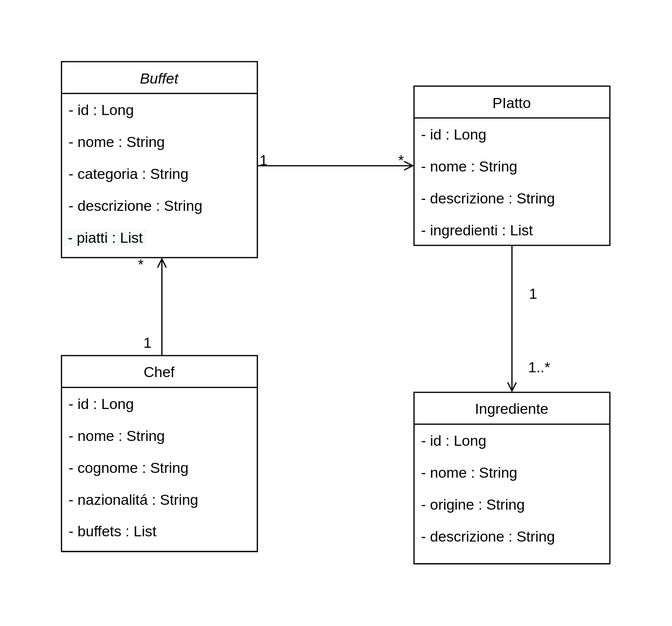
Earlier version of the draw.io export classDiagram-catering.svg (Skesky/SIW-Catering_2022). Source tidied: cells renumbered, new cells last; positions are measured from the earlier drawing's top-left corner, leaving out a move shared by most shapes. Its diagram source:
```xml
<mxGraphModel>
  <root>
    <mxCell id="0" />
    <mxCell id="1" parent="0" />
    <mxCell id="2" value="Buffet" style="swimlane;fontStyle=2;align=center;verticalAlign=top;horizontal=1;startSize=26;rounded=0;shadow=0;strokeWidth=1;" parent="1" vertex="1">
      <mxGeometry width="160" height="160" as="geometry" />
    </mxCell>
    <mxCell id="3" value="- id : Long   " style="text;align=left;verticalAlign=top;spacingLeft=4;spacingRight=4;overflow=hidden;" parent="2" vertex="1">
      <mxGeometry y="26" width="160" height="26" as="geometry" />
    </mxCell>
    <mxCell id="4" value="- nome : String" style="text;align=left;verticalAlign=top;spacingLeft=4;spacingRight=4;overflow=hidden;rounded=0;shadow=0;html=0;" parent="2" vertex="1">
      <mxGeometry y="52" width="160" height="26" as="geometry" />
    </mxCell>
    <mxCell id="5" value="- categoria : String" style="text;align=left;verticalAlign=top;spacingLeft=4;spacingRight=4;overflow=hidden;rounded=0;shadow=0;html=0;" parent="2" vertex="1">
      <mxGeometry y="78" width="160" height="26" as="geometry" />
    </mxCell>
    <mxCell id="6" value="- descrizione : String" style="text;align=left;verticalAlign=top;spacingLeft=4;spacingRight=4;overflow=hidden;points=[[0,0.5],[1,0.5]];portConstraint=eastwest;" parent="2" vertex="1">
      <mxGeometry y="104" width="160" height="26" as="geometry" />
    </mxCell>
    <mxCell id="7" value="&lt;span style=&quot;color: rgb(0, 0, 0); font-family: Helvetica; font-size: 12px; font-style: normal; font-variant-ligatures: normal; font-variant-caps: normal; font-weight: 400; letter-spacing: normal; orphans: 2; text-align: left; text-indent: 0px; text-transform: none; widows: 2; word-spacing: 0px; -webkit-text-stroke-width: 0px; background-color: rgb(248, 249, 250); text-decoration-thickness: initial; text-decoration-style: initial; text-decoration-color: initial; float: none; display: inline !important;&quot;&gt;&amp;nbsp;- piatti : List&amp;nbsp;&lt;/span&gt;" style="text;whiteSpace=wrap;html=1;" parent="2" vertex="1">
      <mxGeometry y="130" width="160" height="30" as="geometry" />
    </mxCell>
    <mxCell id="8" value="Chef" style="swimlane;fontStyle=0;align=center;verticalAlign=top;horizontal=1;startSize=26;rounded=0;shadow=0;strokeWidth=1;" parent="1" vertex="1">
      <mxGeometry y="240" width="160" height="160" as="geometry" />
    </mxCell>
    <mxCell id="9" value="- id : Long   " style="text;align=left;verticalAlign=top;spacingLeft=4;spacingRight=4;overflow=hidden;" parent="8" vertex="1">
      <mxGeometry y="26" width="160" height="26" as="geometry" />
    </mxCell>
    <mxCell id="10" value="- nome : String" style="text;align=left;verticalAlign=top;spacingLeft=4;spacingRight=4;overflow=hidden;rounded=0;shadow=0;html=0;" parent="8" vertex="1">
      <mxGeometry y="52" width="160" height="26" as="geometry" />
    </mxCell>
    <mxCell id="11" value="- cognome : String" style="text;align=left;verticalAlign=top;spacingLeft=4;spacingRight=4;overflow=hidden;fontStyle=0;" parent="8" vertex="1">
      <mxGeometry y="78" width="160" height="26" as="geometry" />
    </mxCell>
    <mxCell id="12" value="- nazionalitá : String" style="text;align=left;verticalAlign=top;spacingLeft=4;spacingRight=4;overflow=hidden;" parent="8" vertex="1">
      <mxGeometry y="104" width="160" height="26" as="geometry" />
    </mxCell>
    <mxCell id="13" value="- buffets : List" style="text;align=left;verticalAlign=top;spacingLeft=4;spacingRight=4;overflow=hidden;" parent="8" vertex="1">
      <mxGeometry y="130" width="160" height="26" as="geometry" />
    </mxCell>
    <mxCell id="14" value="Ingrediente" style="swimlane;fontStyle=0;align=center;verticalAlign=top;horizontal=1;startSize=26;rounded=0;shadow=0;strokeWidth=1;" parent="1" vertex="1">
      <mxGeometry x="288" y="270" width="160" height="140" as="geometry" />
    </mxCell>
    <mxCell id="15" value="- id : Long   " style="text;align=left;verticalAlign=top;spacingLeft=4;spacingRight=4;overflow=hidden;" parent="14" vertex="1">
      <mxGeometry y="26" width="160" height="26" as="geometry" />
    </mxCell>
    <mxCell id="16" value="- nome : String   " style="text;align=left;verticalAlign=top;spacingLeft=4;spacingRight=4;overflow=hidden;" parent="14" vertex="1">
      <mxGeometry y="52" width="160" height="26" as="geometry" />
    </mxCell>
    <mxCell id="17" value="- origine : String   " style="text;align=left;verticalAlign=top;spacingLeft=4;spacingRight=4;overflow=hidden;" parent="14" vertex="1">
      <mxGeometry y="78" width="160" height="26" as="geometry" />
    </mxCell>
    <mxCell id="18" value="- descrizione : String  " style="text;align=left;verticalAlign=top;spacingLeft=4;spacingRight=4;overflow=hidden;" parent="14" vertex="1">
      <mxGeometry y="104" width="160" height="26" as="geometry" />
    </mxCell>
    <mxCell id="19" style="edgeStyle=orthogonalEdgeStyle;rounded=0;jettySize=auto;html=1;entryX=0.5;entryY=0;entryDx=0;entryDy=0;endArrow=open;endFill=0;" parent="1" edge="1" source="20" target="14">
      <mxGeometry relative="1" as="geometry" />
    </mxCell>
    <mxCell id="20" value="PIatto" style="swimlane;fontStyle=0;align=center;verticalAlign=top;horizontal=1;startSize=26;rounded=0;shadow=0;strokeWidth=1;" parent="1" vertex="1">
      <mxGeometry x="288" y="20" width="160" height="130" as="geometry" />
    </mxCell>
    <mxCell id="21" value="- id : Long   " style="text;align=left;verticalAlign=top;spacingLeft=4;spacingRight=4;overflow=hidden;" parent="20" vertex="1">
      <mxGeometry y="26" width="160" height="26" as="geometry" />
    </mxCell>
    <mxCell id="22" value="- nome : String" style="text;align=left;verticalAlign=top;spacingLeft=4;spacingRight=4;overflow=hidden;rounded=0;shadow=0;html=0;" parent="20" vertex="1">
      <mxGeometry y="52" width="160" height="26" as="geometry" />
    </mxCell>
    <mxCell id="23" value="- descrizione : String" style="text;align=left;verticalAlign=top;spacingLeft=4;spacingRight=4;overflow=hidden;rounded=0;shadow=0;html=0;" parent="20" vertex="1">
      <mxGeometry y="78" width="160" height="26" as="geometry" />
    </mxCell>
    <mxCell id="24" value="- ingredienti : List" style="text;align=left;verticalAlign=top;spacingLeft=4;spacingRight=4;overflow=hidden;rounded=0;shadow=0;html=0;" parent="20" vertex="1">
      <mxGeometry y="104" width="160" height="26" as="geometry" />
    </mxCell>
    <mxCell id="25" style="endArrow=open;shadow=0;strokeWidth=1;rounded=0;endFill=1;edgeStyle=elbowEdgeStyle;elbow=vertical;" parent="1" edge="1" source="2" target="20">
      <mxGeometry x="0.5" y="41" relative="1" as="geometry">
        <mxPoint x="-40" y="32" as="offset" />
      </mxGeometry>
    </mxCell>
    <mxCell id="26" value="1" style="align=left;verticalAlign=bottom;labelBackgroundColor=none;fontSize=12;" parent="25" vertex="1">
      <mxGeometry x="-1" relative="1" as="geometry">
        <mxPoint y="4" as="offset" />
      </mxGeometry>
    </mxCell>
    <mxCell id="27" value="*" style="align=right;verticalAlign=bottom;labelBackgroundColor=none;fontSize=12;" parent="25" vertex="1">
      <mxGeometry x="1" relative="1" as="geometry">
        <mxPoint x="-7" y="4" as="offset" />
      </mxGeometry>
    </mxCell>
    <mxCell id="28" style="endArrow=open;html=1;rounded=0;endFill=0;" parent="1" edge="1">
      <mxGeometry relative="1" as="geometry">
        <mxPoint x="82" y="240" as="sourcePoint" />
        <mxPoint x="82" y="160" as="targetPoint" />
      </mxGeometry>
    </mxCell>
    <mxCell id="29" value="*" style="text;html=1;strokeColor=none;fillColor=none;align=center;verticalAlign=middle;whiteSpace=wrap;rounded=0;" parent="1" vertex="1">
      <mxGeometry x="50" y="161" width="30" height="9" as="geometry" />
    </mxCell>
    <mxCell id="30" value="1" style="text;html=1;align=center;verticalAlign=middle;strokeColor=none;fillColor=none;" parent="1" vertex="1">
      <mxGeometry x="60" y="220" width="20" height="20" as="geometry" />
    </mxCell>
    <mxCell id="31" value="1" style="text;html=1;align=center;verticalAlign=middle;strokeColor=none;fillColor=none;" parent="1" vertex="1">
      <mxGeometry x="375" y="180" width="20" height="20" as="geometry" />
    </mxCell>
    <mxCell id="32" value="1..*" style="text;html=1;align=center;verticalAlign=middle;strokeColor=none;fillColor=none;" parent="1" vertex="1">
      <mxGeometry x="375" y="240" width="30" height="20" as="geometry" />
    </mxCell>
  </root>
</mxGraphModel>
```
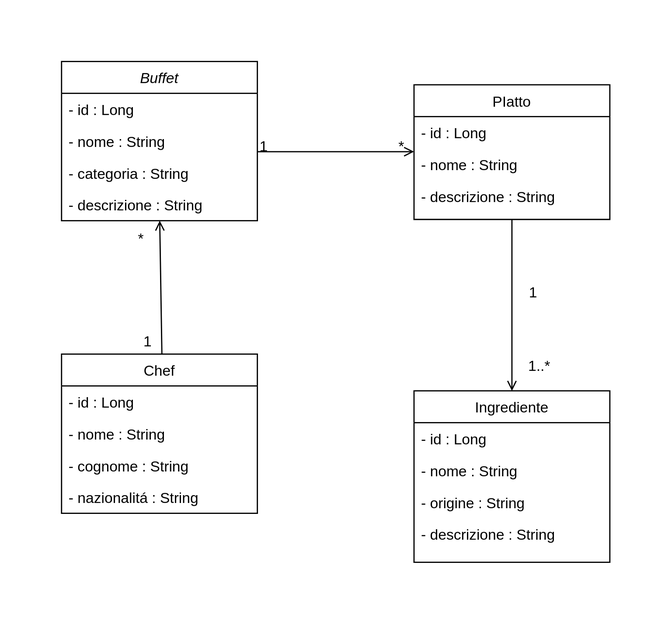
Later version of the same file.

Diff of the diagram source:
```diff
@@ -3,7 +3,7 @@
     <mxCell id="0" />
     <mxCell id="1" parent="0" />
     <mxCell id="2" value="Buffet" style="swimlane;fontStyle=2;align=center;verticalAlign=top;horizontal=1;startSize=26;rounded=0;shadow=0;strokeWidth=1;" parent="1" vertex="1">
-      <mxGeometry width="160" height="160" as="geometry" />
+      <mxGeometry y="1" width="160" height="130" as="geometry" />
     </mxCell>
     <mxCell id="3" value="- id : Long   " style="text;align=left;verticalAlign=top;spacingLeft=4;spacingRight=4;overflow=hidden;" parent="2" vertex="1">
       <mxGeometry y="26" width="160" height="26" as="geometry" />
@@ -17,11 +17,8 @@
     <mxCell id="6" value="- descrizione : String" style="text;align=left;verticalAlign=top;spacingLeft=4;spacingRight=4;overflow=hidden;points=[[0,0.5],[1,0.5]];portConstraint=eastwest;" parent="2" vertex="1">
       <mxGeometry y="104" width="160" height="26" as="geometry" />
     </mxCell>
-    <mxCell id="7" value="&lt;span style=&quot;color: rgb(0, 0, 0); font-family: Helvetica; font-size: 12px; font-style: normal; font-variant-ligatures: normal; font-variant-caps: normal; font-weight: 400; letter-spacing: normal; orphans: 2; text-align: left; text-indent: 0px; text-transform: none; widows: 2; word-spacing: 0px; -webkit-text-stroke-width: 0px; background-color: rgb(248, 249, 250); text-decoration-thickness: initial; text-decoration-style: initial; text-decoration-color: initial; float: none; display: inline !important;&quot;&gt;&amp;nbsp;- piatti : List&amp;nbsp;&lt;/span&gt;" style="text;whiteSpace=wrap;html=1;" parent="2" vertex="1">
-      <mxGeometry y="130" width="160" height="30" as="geometry" />
-    </mxCell>
     <mxCell id="8" value="Chef" style="swimlane;fontStyle=0;align=center;verticalAlign=top;horizontal=1;startSize=26;rounded=0;shadow=0;strokeWidth=1;" parent="1" vertex="1">
-      <mxGeometry y="240" width="160" height="160" as="geometry" />
+      <mxGeometry y="240" width="160" height="130" as="geometry" />
     </mxCell>
     <mxCell id="9" value="- id : Long   " style="text;align=left;verticalAlign=top;spacingLeft=4;spacingRight=4;overflow=hidden;" parent="8" vertex="1">
       <mxGeometry y="26" width="160" height="26" as="geometry" />
@@ -35,9 +32,6 @@
     <mxCell id="12" value="- nazionalitá : String" style="text;align=left;verticalAlign=top;spacingLeft=4;spacingRight=4;overflow=hidden;" parent="8" vertex="1">
       <mxGeometry y="104" width="160" height="26" as="geometry" />
     </mxCell>
-    <mxCell id="13" value="- buffets : List" style="text;align=left;verticalAlign=top;spacingLeft=4;spacingRight=4;overflow=hidden;" parent="8" vertex="1">
-      <mxGeometry y="130" width="160" height="26" as="geometry" />
-    </mxCell>
     <mxCell id="14" value="Ingrediente" style="swimlane;fontStyle=0;align=center;verticalAlign=top;horizontal=1;startSize=26;rounded=0;shadow=0;strokeWidth=1;" parent="1" vertex="1">
       <mxGeometry x="288" y="270" width="160" height="140" as="geometry" />
     </mxCell>
@@ -57,7 +51,7 @@
       <mxGeometry relative="1" as="geometry" />
     </mxCell>
     <mxCell id="20" value="PIatto" style="swimlane;fontStyle=0;align=center;verticalAlign=top;horizontal=1;startSize=26;rounded=0;shadow=0;strokeWidth=1;" parent="1" vertex="1">
-      <mxGeometry x="288" y="20" width="160" height="130" as="geometry" />
+      <mxGeometry x="288" y="20" width="160" height="110" as="geometry" />
     </mxCell>
     <mxCell id="21" value="- id : Long   " style="text;align=left;verticalAlign=top;spacingLeft=4;spacingRight=4;overflow=hidden;" parent="20" vertex="1">
       <mxGeometry y="26" width="160" height="26" as="geometry" />
@@ -68,9 +62,6 @@
     <mxCell id="23" value="- descrizione : String" style="text;align=left;verticalAlign=top;spacingLeft=4;spacingRight=4;overflow=hidden;rounded=0;shadow=0;html=0;" parent="20" vertex="1">
       <mxGeometry y="78" width="160" height="26" as="geometry" />
     </mxCell>
-    <mxCell id="24" value="- ingredienti : List" style="text;align=left;verticalAlign=top;spacingLeft=4;spacingRight=4;overflow=hidden;rounded=0;shadow=0;html=0;" parent="20" vertex="1">
-      <mxGeometry y="104" width="160" height="26" as="geometry" />
-    </mxCell>
     <mxCell id="25" style="endArrow=open;shadow=0;strokeWidth=1;rounded=0;endFill=1;edgeStyle=elbowEdgeStyle;elbow=vertical;" parent="1" edge="1" source="2" target="20">
       <mxGeometry x="0.5" y="41" relative="1" as="geometry">
         <mxPoint x="-40" y="32" as="offset" />
@@ -86,14 +77,13 @@
         <mxPoint x="-7" y="4" as="offset" />
       </mxGeometry>
     </mxCell>
-    <mxCell id="28" style="endArrow=open;html=1;rounded=0;endFill=0;" parent="1" edge="1">
+    <mxCell id="28" style="endArrow=open;html=1;rounded=0;endFill=0;" parent="1" edge="1" target="6">
       <mxGeometry relative="1" as="geometry">
         <mxPoint x="82" y="240" as="sourcePoint" />
-        <mxPoint x="82" y="160" as="targetPoint" />
       </mxGeometry>
     </mxCell>
     <mxCell id="29" value="*" style="text;html=1;strokeColor=none;fillColor=none;align=center;verticalAlign=middle;whiteSpace=wrap;rounded=0;" parent="1" vertex="1">
-      <mxGeometry x="50" y="161" width="30" height="9" as="geometry" />
+      <mxGeometry x="50" y="141" width="30" height="9" as="geometry" />
     </mxCell>
     <mxCell id="30" value="1" style="text;html=1;align=center;verticalAlign=middle;strokeColor=none;fillColor=none;" parent="1" vertex="1">
       <mxGeometry x="60" y="220" width="20" height="20" as="geometry" />
```
